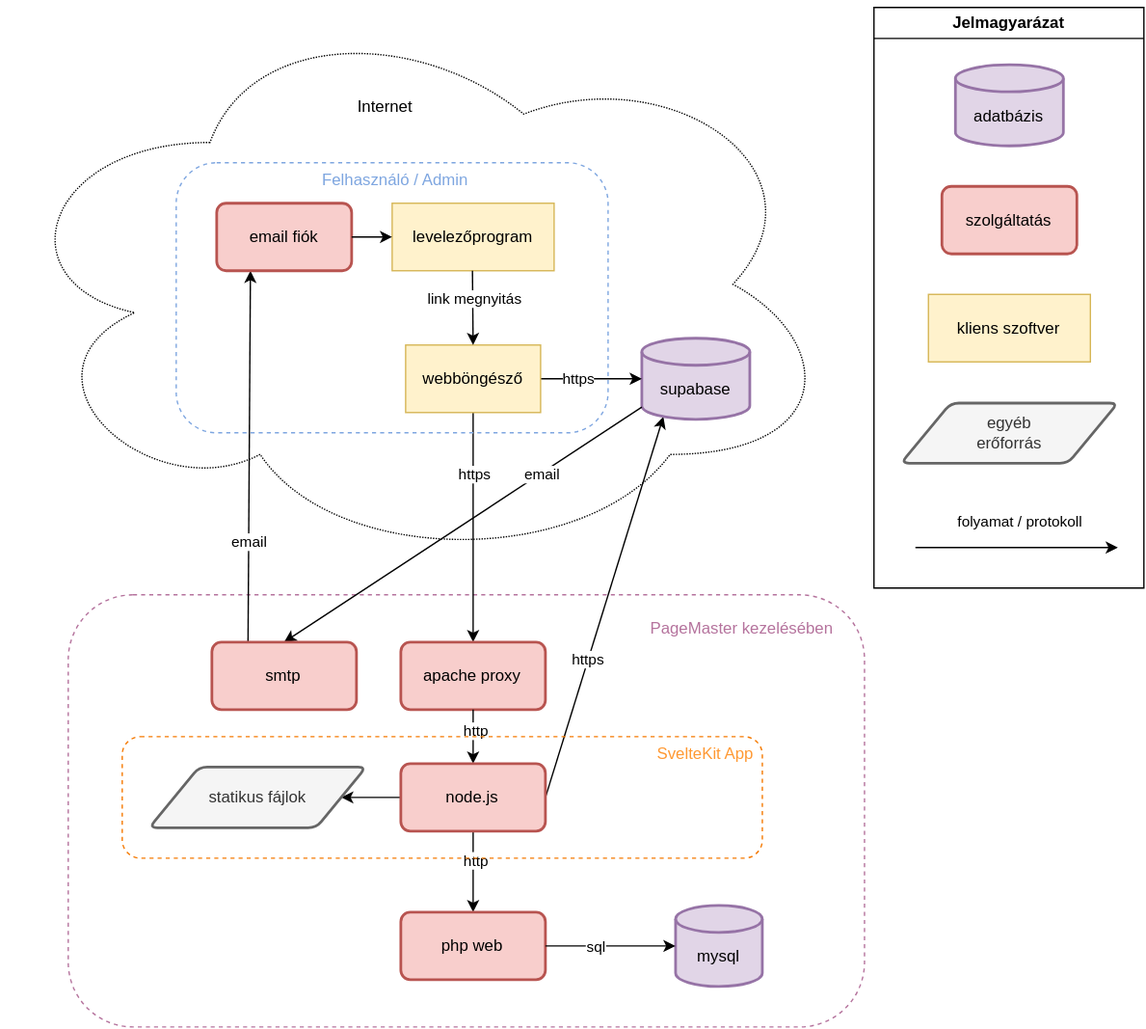
boczpeter/notes keeps this draw.io diagram as skanzen-folyamatábra.svg. Above is the earlier version. Source tidied: cells renumbered, new cells last; positions are measured from the earlier drawing's top-left corner, leaving out a move shared by most shapes.
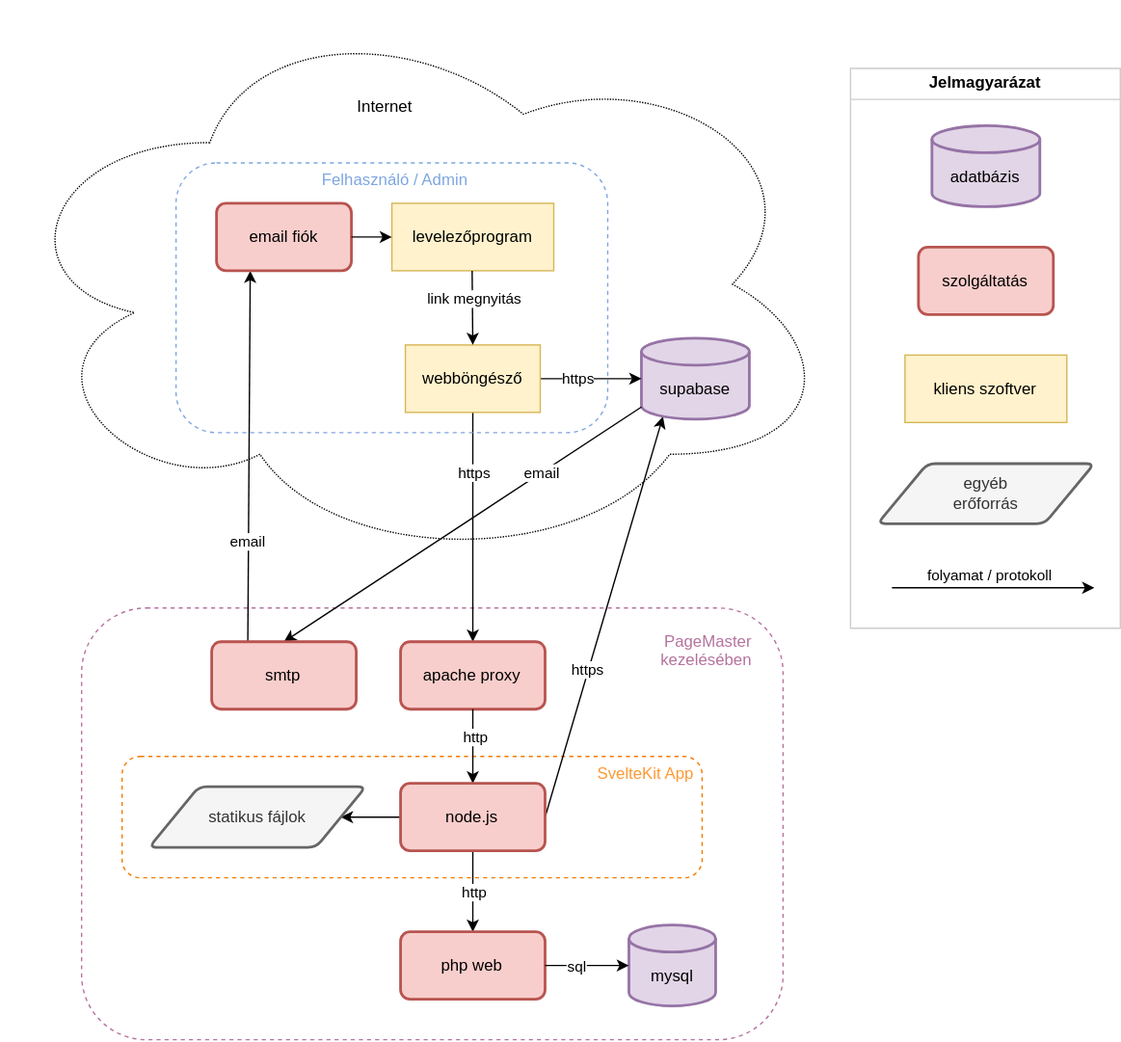
The same file after the commit.

What changed in the source:
```diff
@@ -2,9 +2,12 @@
   <root>
     <mxCell id="0" />
     <mxCell id="1" parent="0" />
-    <mxCell id="2" value="&lt;div&gt;PageMaster kezelésében&lt;br&gt;&lt;/div&gt;" style="rounded=1;whiteSpace=wrap;html=1;dashed=1;align=right;verticalAlign=top;labelBackgroundColor=none;spacing=1;spacingLeft=0;fillColor=none;strokeColor=#B5739D;fontColor=#B5739D;labelBorderColor=none;spacingRight=22;glass=1;spacingTop=12;" parent="1" vertex="1">
-      <mxGeometry x="50" y="440" width="590" height="320" as="geometry" />
+    <mxCell id="2" value="&lt;div&gt;PageMaster&lt;/div&gt;&lt;div&gt;kezelésében&lt;br&gt;&lt;/div&gt;" style="rounded=1;whiteSpace=wrap;html=1;dashed=1;align=right;verticalAlign=top;labelBackgroundColor=none;spacing=1;spacingLeft=0;fillColor=none;strokeColor=#B5739D;fontColor=#B5739D;labelBorderColor=none;spacingRight=22;glass=1;spacingTop=12;" parent="1" vertex="1">
+      <mxGeometry x="60" y="450" width="520" height="320" as="geometry" />
     </mxCell>
+    <mxCell id="31" value="&lt;div&gt;SvelteKit App&lt;br&gt;&lt;/div&gt;" style="rounded=1;whiteSpace=wrap;html=1;dashed=1;align=right;verticalAlign=top;labelBackgroundColor=none;spacing=1;spacingLeft=5;fillColor=none;strokeColor=#f57900;fontColor=#FF9933;spacingRight=5;glass=1;" parent="1" vertex="1">
+      <mxGeometry x="90" y="560" width="430" height="90" as="geometry" />
+    </mxCell>
     <mxCell id="3" value="&lt;div align=&quot;center&quot;&gt;Internet&lt;/div&gt;" style="ellipse;shape=cloud;whiteSpace=wrap;html=1;align=center;verticalAlign=top;spacingTop=65;dashed=1;dashPattern=1 1;strokeWidth=1;perimeterSpacing=0;shadow=0;spacingRight=50;" parent="1" vertex="1">
       <mxGeometry width="620" height="420" as="geometry" />
     </mxCell>
@@ -88,28 +91,25 @@
     <mxCell id="27" value="&lt;div&gt;http&lt;/div&gt;" style="edgeLabel;html=1;align=center;verticalAlign=middle;" parent="26" vertex="1">
       <mxGeometry x="-0.27" y="1" relative="1" as="geometry" />
     </mxCell>
-    <mxCell id="28" style="endArrow=classic;html=1;rounded=0;" parent="1" edge="1" target="33">
-      <mxGeometry relative="1" as="geometry">
-        <mxPoint x="296.4" y="590" as="sourcePoint" />
-      </mxGeometry>
+    <mxCell id="28" style="endArrow=classic;html=1;rounded=0;exitX=0;exitY=0.5;exitDx=0;exitDy=0;" parent="1" edge="1" source="32" target="33">
+      <mxGeometry relative="1" as="geometry" />
     </mxCell>
     <mxCell id="29" style="endArrow=classic;html=1;rounded=0;exitX=0.5;exitY=1;exitDx=0;exitDy=0;entryX=0.5;entryY=0;entryDx=0;entryDy=0;" parent="1" edge="1" source="32" target="43">
       <mxGeometry relative="1" as="geometry" />
     </mxCell>
     <mxCell id="30" value="&lt;div&gt;http&lt;/div&gt;" style="edgeLabel;html=1;align=center;verticalAlign=middle;" parent="29" vertex="1">
-      <mxGeometry x="-0.27" y="1" relative="1" as="geometry" />
+      <mxGeometry x="-0.27" y="1" relative="1" as="geometry">
+        <mxPoint x="-1" y="8" as="offset" />
+      </mxGeometry>
     </mxCell>
-    <mxCell id="31" value="&lt;div&gt;SvelteKit App&lt;br&gt;&lt;/div&gt;" style="rounded=1;whiteSpace=wrap;html=1;dashed=1;align=right;verticalAlign=top;labelBackgroundColor=none;spacing=1;spacingLeft=5;fillColor=none;strokeColor=#f57900;fontColor=#FF9933;spacingRight=5;glass=1;" parent="1" vertex="1">
-      <mxGeometry x="90" y="545" width="474.3" height="90" as="geometry" />
-    </mxCell>
     <mxCell id="32" value="node.js" style="rounded=1;whiteSpace=wrap;html=1;absoluteArcSize=1;arcSize=14;strokeWidth=2;fillColor=#f8cecc;strokeColor=#b85450;" parent="1" vertex="1">
-      <mxGeometry x="296.4" y="565" width="107.1" height="50" as="geometry" />
+      <mxGeometry x="296.4" y="580" width="107.1" height="50" as="geometry" />
     </mxCell>
     <mxCell id="33" value="statikus fájlok" style="shape=parallelogram;html=1;strokeWidth=2;perimeter=parallelogramPerimeter;whiteSpace=wrap;rounded=1;arcSize=12;size=0.23;fillColor=#f5f5f5;fontColor=#333333;strokeColor=#666666;" parent="1" vertex="1">
-      <mxGeometry x="110" y="567.5" width="160.7" height="45" as="geometry" />
+      <mxGeometry x="110" y="582.5" width="160.7" height="45" as="geometry" />
     </mxCell>
-    <mxCell id="34" value="Jelmagyarázat" style="swimlane;whiteSpace=wrap;html=1;" parent="1" vertex="1">
-      <mxGeometry x="647" y="5" width="200" height="430" as="geometry" />
+    <mxCell id="34" value="Jelmagyarázat" style="swimlane;whiteSpace=wrap;html=1;strokeColor=#CCCCCC;" parent="1" vertex="1">
+      <mxGeometry x="630" y="50" width="200" height="415" as="geometry" />
     </mxCell>
     <mxCell id="35" style="group;" parent="34" vertex="1">
       <mxGeometry x="20" y="42.5" width="160.7" height="295" as="geometry" />
@@ -128,25 +128,22 @@
     </mxCell>
     <mxCell id="40" style="endArrow=classic;html=1;rounded=0;" parent="34" edge="1">
       <mxGeometry relative="1" as="geometry">
-        <mxPoint x="30.7" y="400" as="sourcePoint" />
-        <mxPoint x="180.7" y="400" as="targetPoint" />
+        <mxPoint x="30.7" y="385" as="sourcePoint" />
+        <mxPoint x="180.7" y="385" as="targetPoint" />
       </mxGeometry>
     </mxCell>
     <mxCell id="41" value="&lt;div&gt;folyamat / protokoll&lt;br&gt;&lt;/div&gt;" style="edgeLabel;html=1;align=center;verticalAlign=middle;" parent="40" vertex="1">
       <mxGeometry x="0.03" y="2" relative="1" as="geometry">
-        <mxPoint y="-18" as="offset" />
+        <mxPoint x="-5" y="-8" as="offset" />
       </mxGeometry>
     </mxCell>
-    <mxCell id="42" style="group;" parent="1" vertex="1">
-      <mxGeometry x="296.4" y="670" width="267.9" height="60" as="geometry" />
-    </mxCell>
-    <mxCell id="43" value="php web" style="rounded=1;whiteSpace=wrap;html=1;absoluteArcSize=1;arcSize=14;strokeWidth=2;fillColor=#f8cecc;strokeColor=#b85450;" parent="42" vertex="1">
-      <mxGeometry y="5" width="107.1" height="50" as="geometry" />
+    <mxCell id="43" value="php web" style="rounded=1;whiteSpace=wrap;html=1;absoluteArcSize=1;arcSize=14;strokeWidth=2;fillColor=#f8cecc;strokeColor=#b85450;" parent="1" vertex="1">
+      <mxGeometry x="296.4" y="690" width="107.1" height="50" as="geometry" />
     </mxCell>
-    <mxCell id="44" value="&lt;div&gt;&lt;br&gt;&lt;/div&gt;&lt;div&gt;mysql&lt;/div&gt;" style="strokeWidth=2;html=1;shape=mxgraph.flowchart.database;whiteSpace=wrap;verticalAlign=middle;fillColor=#e1d5e7;strokeColor=#9673a6;" parent="42" vertex="1">
-      <mxGeometry x="203.6" width="64.3" height="60" as="geometry" />
+    <mxCell id="44" value="&lt;div&gt;&lt;br&gt;&lt;/div&gt;&lt;div&gt;mysql&lt;/div&gt;" style="strokeWidth=2;html=1;shape=mxgraph.flowchart.database;whiteSpace=wrap;verticalAlign=middle;fillColor=#e1d5e7;strokeColor=#9673a6;" parent="1" vertex="1">
+      <mxGeometry x="465.7" y="685" width="64.3" height="60" as="geometry" />
     </mxCell>
-    <mxCell id="45" style="endArrow=classic;html=1;rounded=0;exitX=1;exitY=0.5;exitDx=0;exitDy=0;entryX=0;entryY=0.5;entryDx=0;entryDy=0;entryPerimeter=0;" parent="42" edge="1" source="43" target="44">
+    <mxCell id="45" style="endArrow=classic;html=1;rounded=0;exitX=1;exitY=0.5;exitDx=0;exitDy=0;entryX=0;entryY=0.5;entryDx=0;entryDy=0;entryPerimeter=0;" parent="1" edge="1" source="43" target="44">
       <mxGeometry relative="1" as="geometry" />
     </mxCell>
     <mxCell id="46" value="sql" style="edgeLabel;html=1;align=center;verticalAlign=middle;" parent="45" vertex="1">
```
